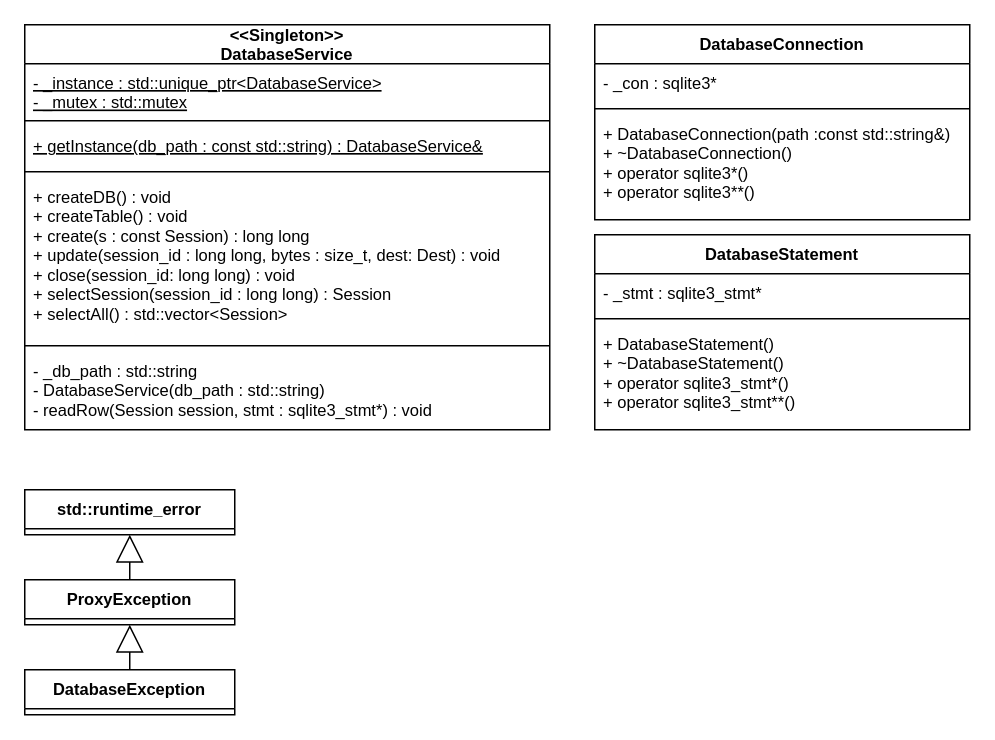
RektDerp/socks5-proxy-SUM-2022-copy keeps this draw.io diagram as page "Database" (4 of 5) of uml.drawio. Above is the earlier version. Source tidied: cells renumbered, new cells numbered last; positions are measured from the earlier drawing's top-left corner, leaving out a move shared by most shapes. Both pictures are drawn from the tidied source at 150%, with x=0, y=0 at pixel (24, 24).
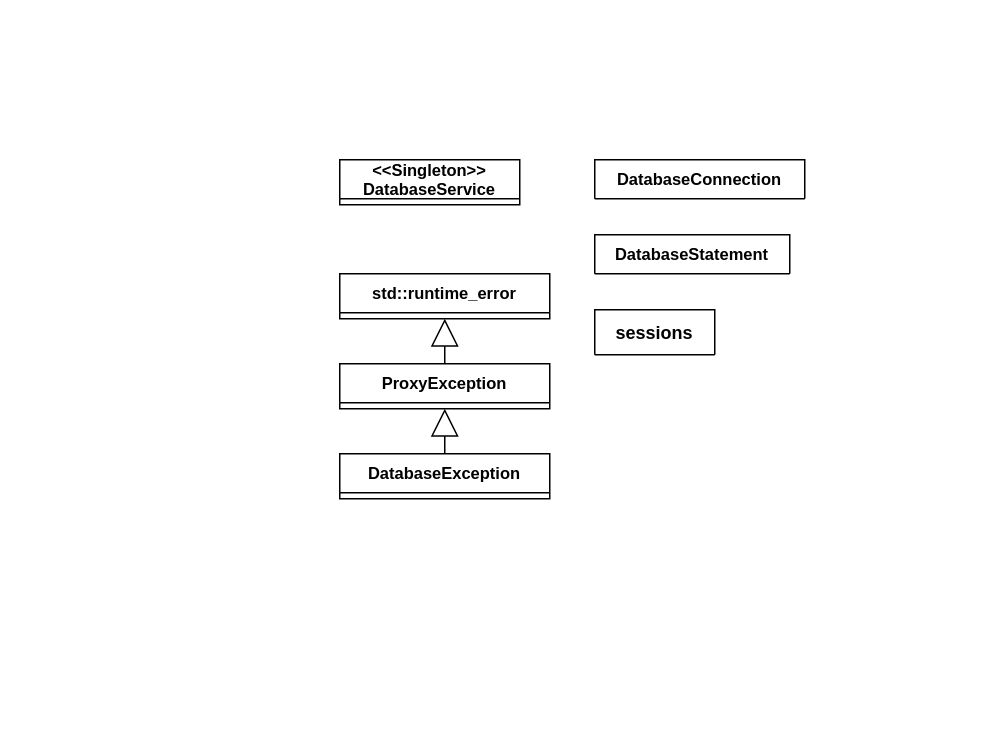
The same diagram, later.

Change to the diagram source:
```diff
@@
-    <mxCell id="2" value="&lt;&lt;Singleton&gt;&gt;&#10;DatabaseService" style="swimlane;fontStyle=1;horizontal=1;startSize=26;fillColor=none;fontSize=11;" parent="1" vertex="1">
-      <mxGeometry width="350" height="270" as="geometry" />
+    <mxCell id="2" value="&lt;&lt;Singleton&gt;&gt;&#10;DatabaseService" style="swimlane;fontStyle=1;horizontal=1;startSize=26;fillColor=none;fontSize=11;" parent="1" vertex="1" collapsed="1">
+      <mxGeometry x="210" y="90" width="120" height="30" as="geometry" />
     </mxCell>
-    <mxCell id="3" value="- _instance : std::unique_ptr&lt;DatabaseService&gt;&#10;- _mutex : std::mutex" style="text;strokeColor=none;fillColor=none;align=left;verticalAlign=top;spacingLeft=4;spacingRight=4;overflow=hidden;fontSize=11;fontStyle=4;" parent="2" vertex="1">
-      <mxGeometry y="26" width="350" height="34" as="geometry" />
-    </mxCell>
-    <mxCell id="4" style="line;strokeWidth=1;fillColor=none;align=left;verticalAlign=middle;spacingTop=-1;spacingLeft=3;spacingRight=3;labelPosition=right;fontSize=11;" parent="2" vertex="1">
-      <mxGeometry y="60" width="350" height="8" as="geometry" />
-    </mxCell>
-    <mxCell id="5" value="+ getInstance(db_path : const std::string) : DatabaseService&amp;" style="text;strokeColor=none;fillColor=none;align=left;verticalAlign=top;spacingLeft=4;spacingRight=4;overflow=hidden;fontSize=11;fontStyle=4;" parent="2" vertex="1">
-      <mxGeometry y="68" width="350" height="26" as="geometry" />
-    </mxCell>
-    <mxCell id="6" style="line;strokeWidth=1;fillColor=none;align=left;verticalAlign=middle;spacingTop=-1;spacingLeft=3;spacingRight=3;labelPosition=right;fontSize=11;" parent="2" vertex="1">
-      <mxGeometry y="94" width="350" height="8" as="geometry" />
-    </mxCell>
-    <mxCell id="7" value="+ createDB() : void &#10;+ createTable() : void&#10;+ create(s : const Session) : long long&#10;+ update(session_id : long long, bytes : size_t, dest: Dest) : void&#10;+ close(session_id: long long) : void&#10;+ selectSession(session_id : long long) : Session&#10;+ selectAll() : std::vector&lt;Session&gt;" style="text;strokeColor=none;fillColor=none;align=left;verticalAlign=top;spacingLeft=4;spacingRight=4;overflow=hidden;fontSize=11;" parent="2" vertex="1">
-      <mxGeometry y="102" width="350" height="108" as="geometry" />
-    </mxCell>
-    <mxCell id="8" style="line;strokeWidth=1;fillColor=none;align=left;verticalAlign=middle;spacingTop=-1;spacingLeft=3;spacingRight=3;labelPosition=right;fontSize=11;" parent="2" vertex="1">
-      <mxGeometry y="210" width="350" height="8" as="geometry" />
-    </mxCell>
-    <mxCell id="9" value="- _db_path : std::string&#10;- DatabaseService(db_path : std::string)&#10;- readRow(Session session, stmt : sqlite3_stmt*) : void" style="text;strokeColor=none;fillColor=none;align=left;verticalAlign=top;spacingLeft=4;spacingRight=4;overflow=hidden;fontSize=11;" parent="2" vertex="1">
-      <mxGeometry y="218" width="350" height="52" as="geometry" />
-    </mxCell>
-    <mxCell id="10" value="DatabaseConnection" style="swimlane;fontStyle=1;align=center;verticalAlign=top;horizontal=1;startSize=26;fontSize=11;" parent="1" vertex="1">
-      <mxGeometry x="380" width="250" height="130" as="geometry" />
+    <mxCell id="10" value="DatabaseConnection" style="swimlane;fontStyle=1;align=center;verticalAlign=top;horizontal=1;startSize=26;fontSize=11;" parent="1" vertex="1" collapsed="1">
+      <mxGeometry x="380" y="90" width="140" height="26" as="geometry" />
     </mxCell>
-    <mxCell id="11" value="- _con : sqlite3*" style="text;strokeColor=none;fillColor=none;align=left;verticalAlign=top;spacingLeft=4;spacingRight=4;overflow=hidden;fontSize=11;" parent="10" vertex="1">
-      <mxGeometry y="26" width="250" height="26" as="geometry" />
-    </mxCell>
-    <mxCell id="12" style="line;strokeWidth=1;fillColor=none;align=left;verticalAlign=middle;spacingTop=-1;spacingLeft=3;spacingRight=3;labelPosition=right;fontSize=11;" parent="10" vertex="1">
-      <mxGeometry y="52" width="250" height="8" as="geometry" />
-    </mxCell>
-    <mxCell id="13" value="+ DatabaseConnection(path :const std::string&amp;)&#10;+ ~DatabaseConnection()&#10;+ operator sqlite3*()&#10;+ operator sqlite3**()" style="text;strokeColor=none;fillColor=none;align=left;verticalAlign=top;spacingLeft=4;spacingRight=4;overflow=hidden;fontSize=11;" parent="10" vertex="1">
-      <mxGeometry y="60" width="250" height="70" as="geometry" />
-    </mxCell>
-    <mxCell id="14" value="DatabaseStatement" style="swimlane;fontStyle=1;align=center;verticalAlign=top;horizontal=1;startSize=26;fontSize=11;" parent="1" vertex="1">
-      <mxGeometry x="380" y="140" width="250" height="130" as="geometry" />
+    <mxCell id="14" value="DatabaseStatement" style="swimlane;fontStyle=1;align=center;verticalAlign=top;horizontal=1;startSize=26;fontSize=11;" parent="1" vertex="1" collapsed="1">
+      <mxGeometry x="380" y="140" width="130" height="26" as="geometry" />
     </mxCell>
-    <mxCell id="15" value="- _stmt : sqlite3_stmt*" style="text;strokeColor=none;fillColor=none;align=left;verticalAlign=top;spacingLeft=4;spacingRight=4;overflow=hidden;fontSize=11;" parent="14" vertex="1">
-      <mxGeometry y="26" width="250" height="26" as="geometry" />
-    </mxCell>
-    <mxCell id="16" style="line;strokeWidth=1;fillColor=none;align=left;verticalAlign=middle;spacingTop=-1;spacingLeft=3;spacingRight=3;labelPosition=right;fontSize=11;" parent="14" vertex="1">
-      <mxGeometry y="52" width="250" height="8" as="geometry" />
-    </mxCell>
-    <mxCell id="17" value="+ DatabaseStatement()&#10;+ ~DatabaseStatement()&#10;+ operator sqlite3_stmt*()&#10;+ operator sqlite3_stmt**()" style="text;strokeColor=none;fillColor=none;align=left;verticalAlign=top;spacingLeft=4;spacingRight=4;overflow=hidden;fontSize=11;fontStyle=0;" parent="14" vertex="1">
-      <mxGeometry y="60" width="250" height="70" as="geometry" />
-    </mxCell>
     <mxCell id="18" value="std::runtime_error" style="swimlane;fontStyle=1;horizontal=1;startSize=26;fillColor=none;fontSize=11;" parent="1" vertex="1">
-      <mxGeometry y="310" width="140" height="30" as="geometry" />
+      <mxGeometry x="210" y="166" width="140" height="30" as="geometry" />
     </mxCell>
     <mxCell id="19" value="ProxyException" style="swimlane;fontStyle=1;horizontal=1;startSize=26;fillColor=none;fontSize=11;" parent="1" vertex="1">
-      <mxGeometry y="370" width="140" height="30" as="geometry" />
+      <mxGeometry x="210" y="226" width="140" height="30" as="geometry" />
     </mxCell>
@@
     <mxCell id="21" value="DatabaseException" style="swimlane;fontStyle=1;horizontal=1;startSize=26;fillColor=none;fontSize=11;" parent="1" vertex="1">
-      <mxGeometry y="430" width="140" height="30" as="geometry" />
+      <mxGeometry x="210" y="286" width="140" height="30" as="geometry" />
     </mxCell>
@@
+    <mxCell id="23" value="sessions" style="shape=table;startSize=30;childLayout=tableLayout;rowLines=0;fontStyle=1;align=center;" parent="1" vertex="1" collapsed="1">
+      <mxGeometry x="380" y="190" width="80" height="30" as="geometry" />
+    </mxCell>
```
